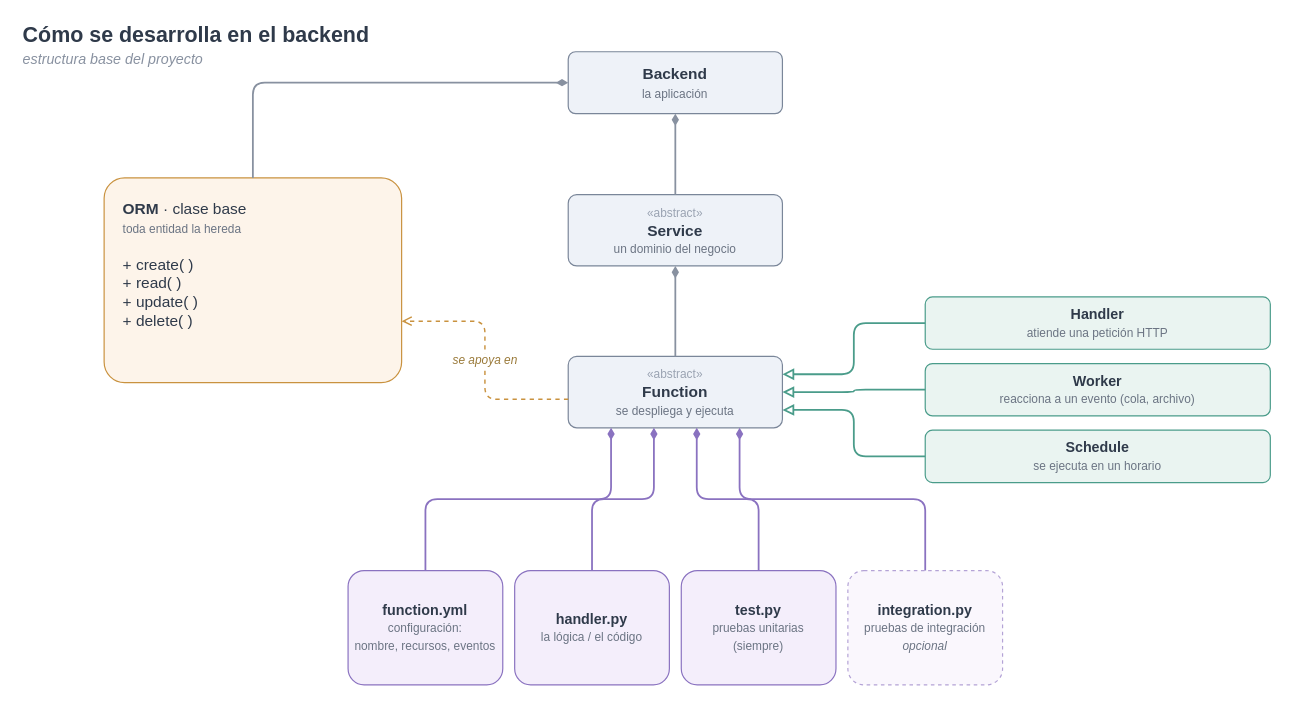
This is docs/arquitectura-desarrollo.drawio from salo368/Software-Inge-backend, a draw.io file, before an edit. Source tidied: cells renumbered, new cells numbered last; positions are measured from the earlier drawing's top-left corner, leaving out a move shared by most shapes. Both pictures are drawn from the tidied source at 119%, with x=0, y=0 at pixel (20, 20).
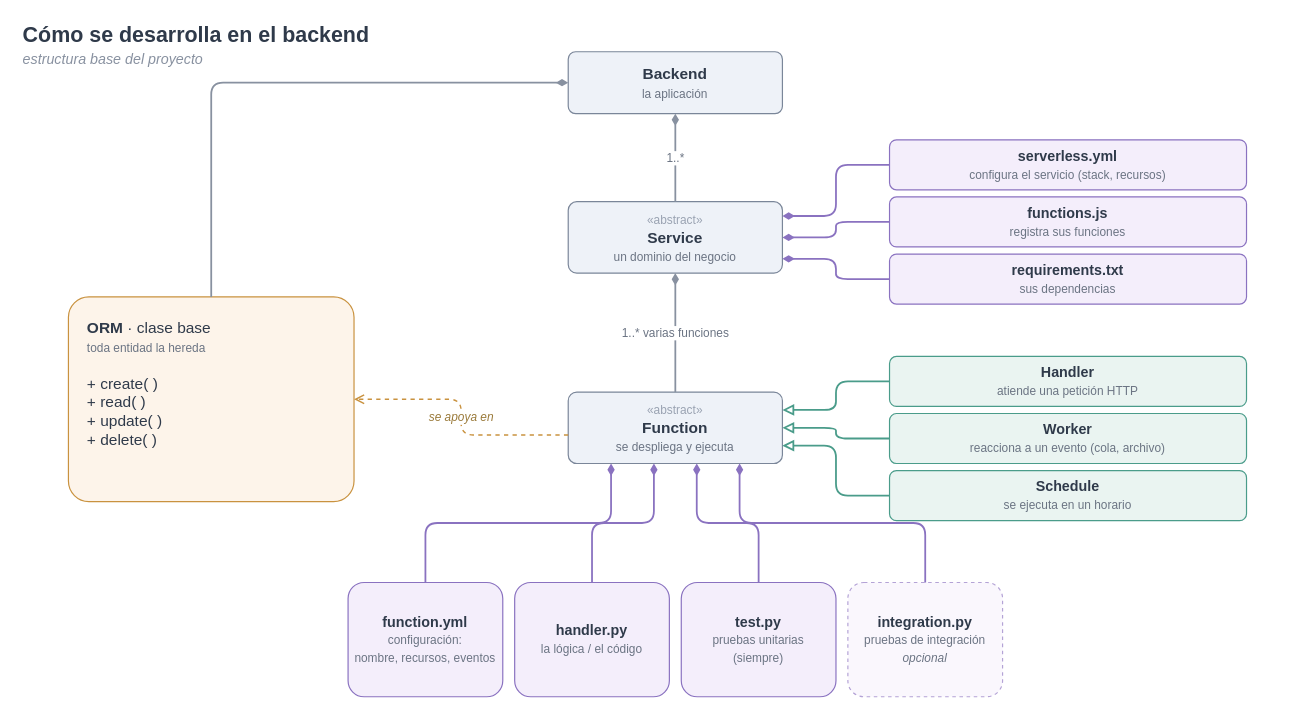
Above is the later version.

Commit message:
docs: detail Service with its functions and config files

Show that a Service holds several functions (1..*) and is composed of its
own config files (serverless.yml, functions.js, requirements.txt).

Claude-Session: https://claude.ai/code/session_01N8H6rtRj8trqSijCoNjMHm

The change refers to these unchanged cells:
```xml
<mxCell id="4" value="&lt;b&gt;Backend&lt;/b&gt;&lt;br&gt;&lt;span style='font-size:10px;color:#6b7483'&gt;la aplicación&lt;/span&gt;" style="rounded=1;arcSize=12;whiteSpace=wrap;html=1;fillColor=#eef2f8;strokeColor=#7a8699;fontColor=#2f3a4a;fontSize=13;verticalAlign=middle;" parent="1" vertex="1">
  <mxGeometry x="460" y="26" width="180" height="52" as="geometry" />
</mxCell>
```

What changed in the source:
```diff
@@
     <mxCell id="5" value="&lt;b&gt;ORM&lt;/b&gt;  ·  clase base&lt;br&gt;&lt;span style='font-size:10px;color:#6b7483'&gt;toda entidad la hereda&lt;/span&gt;&lt;br&gt;&lt;br&gt;+ create( )&lt;br&gt;+ read( )&lt;br&gt;+ update( )&lt;br&gt;+ delete( )" style="rounded=1;arcSize=10;whiteSpace=wrap;html=1;fillColor=#fdf4ea;strokeColor=#c9923f;fontColor=#2f3a4a;fontSize=13;align=left;verticalAlign=top;spacingLeft=14;spacingTop=12;" parent="1" vertex="1">
-      <mxGeometry x="70" y="132" width="250" height="172" as="geometry" />
+      <mxGeometry x="40" y="232" width="240" height="172" as="geometry" />
     </mxCell>
     <mxCell id="6" value="&lt;span style='font-size:10px;color:#9aa3b2'&gt;«abstract»&lt;/span&gt;&lt;br&gt;&lt;b&gt;Service&lt;/b&gt;&lt;br&gt;&lt;span style='font-size:10px;color:#6b7483'&gt;un dominio del negocio&lt;/span&gt;" style="rounded=1;arcSize=12;whiteSpace=wrap;html=1;fillColor=#eef2f8;strokeColor=#7a8699;fontColor=#2f3a4a;fontSize=13;verticalAlign=middle;" parent="1" vertex="1">
-      <mxGeometry x="460" y="146" width="180" height="60" as="geometry" />
+      <mxGeometry x="460" y="152" width="180" height="60" as="geometry" />
     </mxCell>
+    <mxCell id="26" value="&lt;b&gt;serverless.yml&lt;/b&gt;&lt;br&gt;&lt;span style='font-size:10px;color:#6b7483'&gt;configura el servicio (stack, recursos)&lt;/span&gt;" style="rounded=1;arcSize=14;whiteSpace=wrap;html=1;fillColor=#f4eefb;strokeColor=#8a72c0;fontColor=#2f3a4a;fontSize=12;verticalAlign=middle;" parent="1" vertex="1">
+      <mxGeometry x="730" y="100" width="300" height="42" as="geometry" />
+    </mxCell>
+    <mxCell id="27" value="&lt;b&gt;functions.js&lt;/b&gt;&lt;br&gt;&lt;span style='font-size:10px;color:#6b7483'&gt;registra sus funciones&lt;/span&gt;" style="rounded=1;arcSize=14;whiteSpace=wrap;html=1;fillColor=#f4eefb;strokeColor=#8a72c0;fontColor=#2f3a4a;fontSize=12;verticalAlign=middle;" parent="1" vertex="1">
+      <mxGeometry x="730" y="148" width="300" height="42" as="geometry" />
+    </mxCell>
+    <mxCell id="28" value="&lt;b&gt;requirements.txt&lt;/b&gt;&lt;br&gt;&lt;span style='font-size:10px;color:#6b7483'&gt;sus dependencias&lt;/span&gt;" style="rounded=1;arcSize=14;whiteSpace=wrap;html=1;fillColor=#f4eefb;strokeColor=#8a72c0;fontColor=#2f3a4a;fontSize=12;verticalAlign=middle;" parent="1" vertex="1">
+      <mxGeometry x="730" y="196" width="300" height="42" as="geometry" />
+    </mxCell>
     <mxCell id="7" value="&lt;span style='font-size:10px;color:#9aa3b2'&gt;«abstract»&lt;/span&gt;&lt;br&gt;&lt;b&gt;Function&lt;/b&gt;&lt;br&gt;&lt;span style='font-size:10px;color:#6b7483'&gt;se despliega y ejecuta&lt;/span&gt;" style="rounded=1;arcSize=12;whiteSpace=wrap;html=1;fillColor=#eef2f8;strokeColor=#7a8699;fontColor=#2f3a4a;fontSize=13;verticalAlign=middle;" parent="1" vertex="1">
-      <mxGeometry x="460" y="282" width="180" height="60" as="geometry" />
+      <mxGeometry x="460" y="312" width="180" height="60" as="geometry" />
     </mxCell>
     <mxCell id="8" value="&lt;b&gt;Handler&lt;/b&gt;&lt;br&gt;&lt;span style='font-size:10px;color:#6b7483'&gt;atiende una petición HTTP&lt;/span&gt;" style="rounded=1;arcSize=14;whiteSpace=wrap;html=1;fillColor=#eaf4f1;strokeColor=#4a9c8a;fontColor=#2f3a4a;fontSize=12;verticalAlign=middle;" parent="1" vertex="1">
-      <mxGeometry x="760" y="232" width="290" height="44" as="geometry" />
+      <mxGeometry x="730" y="282" width="300" height="42" as="geometry" />
     </mxCell>
     <mxCell id="9" value="&lt;b&gt;Worker&lt;/b&gt;&lt;br&gt;&lt;span style='font-size:10px;color:#6b7483'&gt;reacciona a un evento (cola, archivo)&lt;/span&gt;" style="rounded=1;arcSize=14;whiteSpace=wrap;html=1;fillColor=#eaf4f1;strokeColor=#4a9c8a;fontColor=#2f3a4a;fontSize=12;verticalAlign=middle;" parent="1" vertex="1">
-      <mxGeometry x="760" y="288" width="290" height="44" as="geometry" />
+      <mxGeometry x="730" y="330" width="300" height="42" as="geometry" />
     </mxCell>
     <mxCell id="10" value="&lt;b&gt;Schedule&lt;/b&gt;&lt;br&gt;&lt;span style='font-size:10px;color:#6b7483'&gt;se ejecuta en un horario&lt;/span&gt;" style="rounded=1;arcSize=14;whiteSpace=wrap;html=1;fillColor=#eaf4f1;strokeColor=#4a9c8a;fontColor=#2f3a4a;fontSize=12;verticalAlign=middle;" parent="1" vertex="1">
-      <mxGeometry x="760" y="344" width="290" height="44" as="geometry" />
+      <mxGeometry x="730" y="378" width="300" height="42" as="geometry" />
     </mxCell>
     <mxCell id="11" value="&lt;b&gt;function.yml&lt;/b&gt;&lt;br&gt;&lt;span style='font-size:10px;color:#6b7483'&gt;configuración:&lt;br&gt;nombre, recursos, eventos&lt;/span&gt;" style="rounded=1;arcSize=14;whiteSpace=wrap;html=1;fillColor=#f4eefb;strokeColor=#8a72c0;fontColor=#2f3a4a;fontSize=12;verticalAlign=middle;" parent="1" vertex="1">
-      <mxGeometry x="275" y="462" width="130" height="96" as="geometry" />
+      <mxGeometry x="275" y="472" width="130" height="96" as="geometry" />
     </mxCell>
     <mxCell id="12" value="&lt;b&gt;handler.py&lt;/b&gt;&lt;br&gt;&lt;span style='font-size:10px;color:#6b7483'&gt;la lógica / el código&lt;/span&gt;" style="rounded=1;arcSize=14;whiteSpace=wrap;html=1;fillColor=#f4eefb;strokeColor=#8a72c0;fontColor=#2f3a4a;fontSize=12;verticalAlign=middle;" parent="1" vertex="1">
-      <mxGeometry x="415" y="462" width="130" height="96" as="geometry" />
+      <mxGeometry x="415" y="472" width="130" height="96" as="geometry" />
     </mxCell>
     <mxCell id="13" value="&lt;b&gt;test.py&lt;/b&gt;&lt;br&gt;&lt;span style='font-size:10px;color:#6b7483'&gt;pruebas unitarias&lt;br&gt;(siempre)&lt;/span&gt;" style="rounded=1;arcSize=14;whiteSpace=wrap;html=1;fillColor=#f4eefb;strokeColor=#8a72c0;fontColor=#2f3a4a;fontSize=12;verticalAlign=middle;" parent="1" vertex="1">
-      <mxGeometry x="555" y="462" width="130" height="96" as="geometry" />
+      <mxGeometry x="555" y="472" width="130" height="96" as="geometry" />
     </mxCell>
     <mxCell id="14" value="&lt;b&gt;integration.py&lt;/b&gt;&lt;br&gt;&lt;span style='font-size:10px;color:#6b7483'&gt;pruebas de integración&lt;br&gt;&lt;i&gt;opcional&lt;/i&gt;&lt;/span&gt;" style="rounded=1;arcSize=14;whiteSpace=wrap;html=1;dashed=1;fillColor=#faf7fd;strokeColor=#b4a3d6;fontColor=#2f3a4a;fontSize=12;verticalAlign=middle;" parent="1" vertex="1">
-      <mxGeometry x="695" y="462" width="130" height="96" as="geometry" />
+      <mxGeometry x="695" y="472" width="130" height="96" as="geometry" />
     </mxCell>
-    <mxCell id="15" style="edgeStyle=orthogonalEdgeStyle;rounded=1;html=1;startArrow=diamondThin;startFill=1;endArrow=none;strokeColor=#8891a0;strokeWidth=1.5;exitX=0.5;exitY=1;entryX=0.5;entryY=0;" parent="1" edge="1" source="4" target="6">
+    <mxCell id="15" value="1..*" style="edgeStyle=orthogonalEdgeStyle;rounded=1;html=1;startArrow=diamondThin;startFill=1;endArrow=none;strokeColor=#8891a0;strokeWidth=1.5;fontSize=10;fontColor=#6b7483;exitX=0.5;exitY=1;entryX=0.5;entryY=0;" parent="1" edge="1" source="4" target="6">
       <mxGeometry relative="1" as="geometry" />
     </mxCell>
-    <mxCell id="16" style="edgeStyle=orthogonalEdgeStyle;rounded=1;html=1;startArrow=diamondThin;startFill=1;endArrow=none;strokeColor=#8891a0;strokeWidth=1.5;exitX=0.5;exitY=1;entryX=0.5;entryY=0;" parent="1" edge="1" source="6" target="7">
+    <mxCell id="16" value="1..*  varias funciones" style="edgeStyle=orthogonalEdgeStyle;rounded=1;html=1;startArrow=diamondThin;startFill=1;endArrow=none;strokeColor=#8891a0;strokeWidth=1.5;fontSize=10;fontColor=#6b7483;exitX=0.5;exitY=1;entryX=0.5;entryY=0;" parent="1" edge="1" source="6" target="7">
       <mxGeometry relative="1" as="geometry" />
     </mxCell>
@@
+    <mxCell id="29" style="edgeStyle=orthogonalEdgeStyle;rounded=1;html=1;startArrow=diamondThin;startFill=1;endArrow=none;strokeColor=#8a72c0;strokeWidth=1.5;exitX=1;exitY=0.2;entryX=0;entryY=0.5;" parent="1" edge="1" source="6" target="26">
+      <mxGeometry relative="1" as="geometry" />
+    </mxCell>
+    <mxCell id="30" style="edgeStyle=orthogonalEdgeStyle;rounded=1;html=1;startArrow=diamondThin;startFill=1;endArrow=none;strokeColor=#8a72c0;strokeWidth=1.5;exitX=1;exitY=0.5;entryX=0;entryY=0.5;" parent="1" edge="1" source="6" target="27">
+      <mxGeometry relative="1" as="geometry" />
+    </mxCell>
+    <mxCell id="31" style="edgeStyle=orthogonalEdgeStyle;rounded=1;html=1;startArrow=diamondThin;startFill=1;endArrow=none;strokeColor=#8a72c0;strokeWidth=1.5;exitX=1;exitY=0.8;entryX=0;entryY=0.5;" parent="1" edge="1" source="6" target="28">
+      <mxGeometry relative="1" as="geometry" />
+    </mxCell>
@@
-    <mxCell id="25" value="se apoya en" style="edgeStyle=orthogonalEdgeStyle;rounded=1;html=1;endArrow=open;startArrow=none;dashed=1;strokeColor=#c9923f;strokeWidth=1.2;fontSize=10;fontColor=#9a7a3a;fontStyle=2;exitX=0;exitY=0.6;entryX=1;entryY=0.7;" parent="1" edge="1" source="7" target="5">
+    <mxCell id="25" value="se apoya en" style="edgeStyle=orthogonalEdgeStyle;rounded=1;html=1;endArrow=open;startArrow=none;dashed=1;strokeColor=#c9923f;strokeWidth=1.2;fontSize=10;fontColor=#9a7a3a;fontStyle=2;exitX=0;exitY=0.6;entryX=1;entryY=0.5;" parent="1" edge="1" source="7" target="5">
       <mxGeometry relative="1" as="geometry" />
     </mxCell>
```
